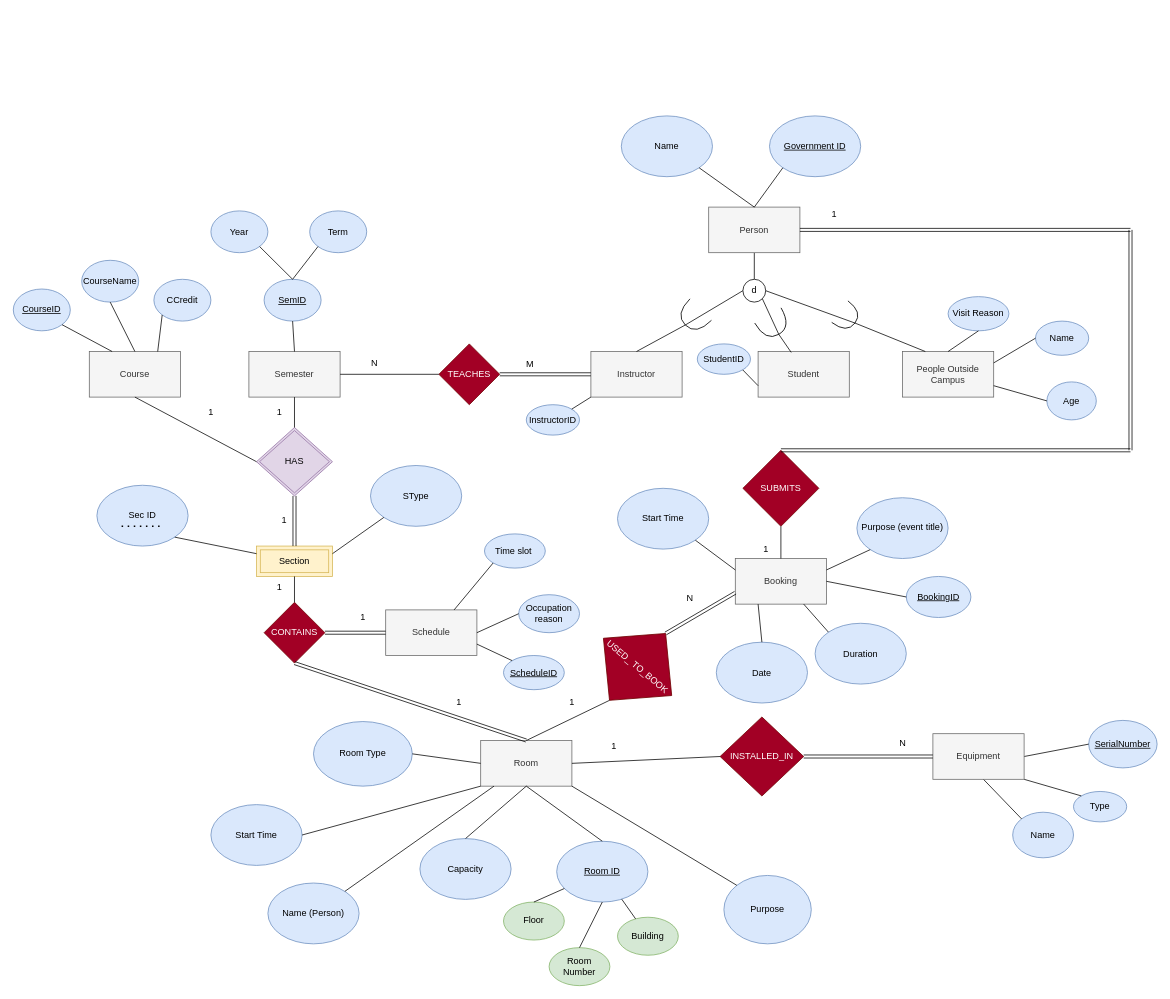
This is Step 2 ER/EER Diagram.drawio from William-BC-CA/CPSC2221_Term_Project_Files, a draw.io file, before an edit. Source tidied: cells renumbered, new cells numbered last; positions are measured from the earlier drawing's top-left corner, leaving out a move shared by most shapes. Both pictures are drawn from the tidied source at 76%, with x=0, y=0 at pixel (13, 116).
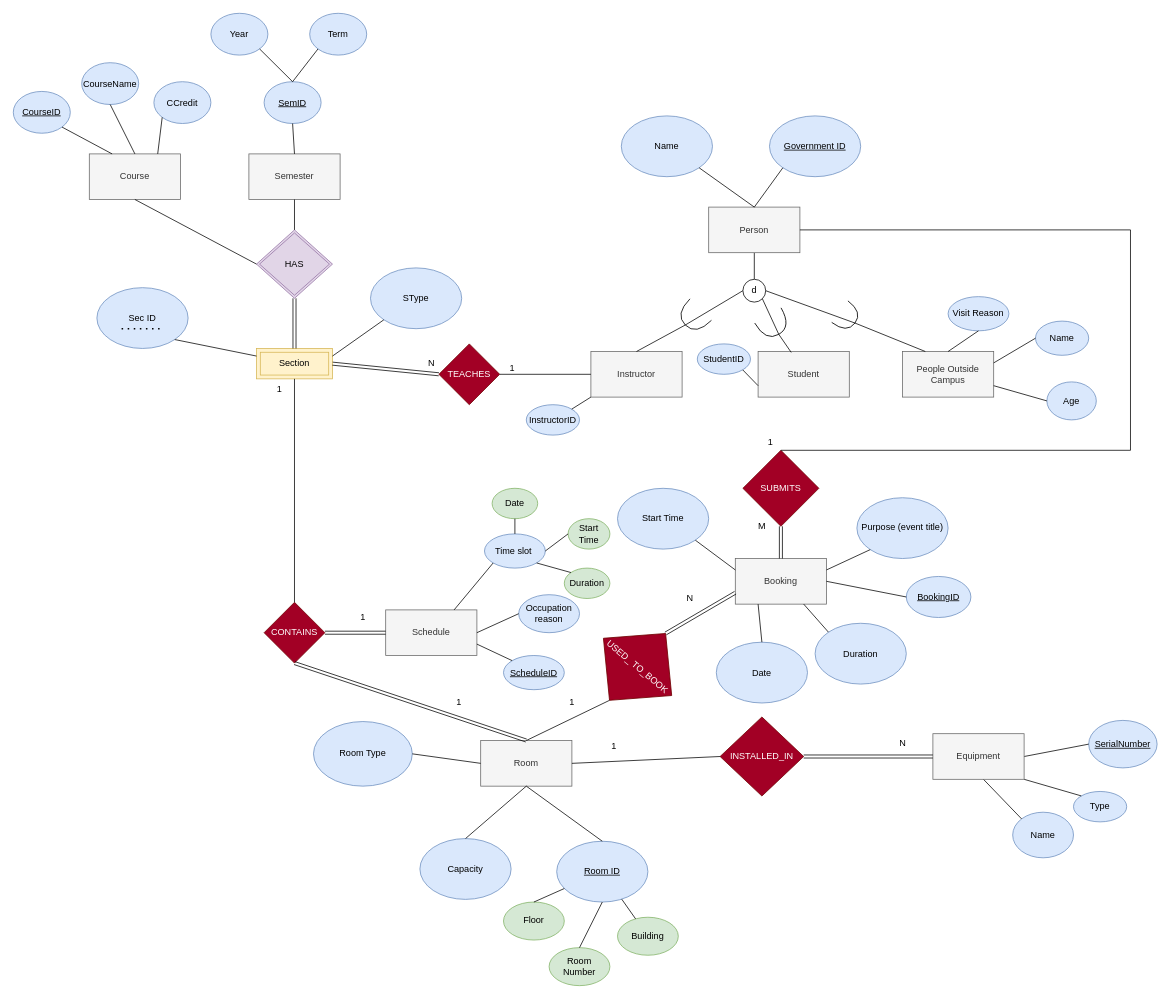
After the change.

The change refers to these unchanged cells:
```xml
<mxCell id="2" value="Instructor" style="rounded=0;whiteSpace=wrap;html=1;fillColor=#f5f5f5;strokeColor=#666666;fontColor=#333333;" parent="1" vertex="1">
  <mxGeometry x="760" y="310" width="120" height="60" as="geometry" />
</mxCell>
<mxCell id="3" value="Room" style="rounded=0;whiteSpace=wrap;html=1;fillColor=#f5f5f5;strokeColor=#666666;fontColor=#333333;" parent="1" vertex="1">
  <mxGeometry x="615" y="821.9" width="120" height="60" as="geometry" />
</mxCell>
<mxCell id="31" value="Person" style="rounded=0;whiteSpace=wrap;html=1;fillColor=#f5f5f5;fontColor=#333333;strokeColor=#666666;" parent="1" vertex="1">
  <mxGeometry x="915" y="120" width="120" height="60" as="geometry" />
</mxCell>
<mxCell id="33" value="Time slot&amp;nbsp;" style="ellipse;whiteSpace=wrap;html=1;fillColor=#dae8fc;strokeColor=#6c8ebf;" parent="1" vertex="1">
  <mxGeometry x="620" y="550" width="80" height="45" as="geometry" />
</mxCell>
<mxCell id="44" value="Booking" style="rounded=0;whiteSpace=wrap;html=1;fillColor=#f5f5f5;fontColor=#333333;strokeColor=#666666;" parent="1" vertex="1">
  <mxGeometry x="950" y="582.4" width="120" height="60" as="geometry" />
</mxCell>
<mxCell id="58" value="TEACHES" style="rhombus;whiteSpace=wrap;html=1;fillColor=#a20025;fontColor=#ffffff;strokeColor=#6F0000;" parent="1" vertex="1">
  <mxGeometry x="560" y="300" width="80" height="80" as="geometry" />
</mxCell>
<mxCell id="59" style="shape=link;html=1;rounded=0;entryX=0.5;entryY=0;entryDx=0;entryDy=0;exitX=0.5;exitY=1;exitDx=0;exitDy=0;" parent="1" edge="1" source="55" target="57">
  <mxGeometry relative="1" as="geometry" />
</mxCell>
<mxCell id="82" value="SUBMITS" style="rhombus;whiteSpace=wrap;html=1;fillColor=#a20025;fontColor=#ffffff;strokeColor=#6F0000;" parent="1" vertex="1">
  <mxGeometry x="960" y="440" width="100" height="100" as="geometry" />
</mxCell>
```

Diff of the diagram source:
```diff
@@
-    <mxCell id="21" value="Start Time" style="ellipse;whiteSpace=wrap;html=1;fillColor=#dae8fc;strokeColor=#6c8ebf;" parent="1" vertex="1">
-      <mxGeometry x="260" y="906.2" width="120" height="80" as="geometry" />
-    </mxCell>
-    <mxCell id="22" value="Name (Person)" style="ellipse;whiteSpace=wrap;html=1;fillColor=#dae8fc;strokeColor=#6c8ebf;" parent="1" vertex="1">
-      <mxGeometry x="335" y="1009.4" width="120" height="80" as="geometry" />
-    </mxCell>
@@
-    <mxCell id="24" value="Purpose" style="ellipse;whiteSpace=wrap;html=1;fillColor=#dae8fc;strokeColor=#6c8ebf;" parent="1" vertex="1">
-      <mxGeometry x="935" y="999.4" width="115" height="90" as="geometry" />
-    </mxCell>
-    <mxCell id="25" style="endArrow=none;html=1;entryX=0;entryY=1;entryDx=0;entryDy=0;exitX=1;exitY=0.5;exitDx=0;exitDy=0;" parent="1" edge="1" source="21" target="3">
-      <mxGeometry relative="1" as="geometry" />
-    </mxCell>
-    <mxCell id="26" style="endArrow=none;html=1;" parent="1" edge="1" source="3" target="22">
-      <mxGeometry relative="1" as="geometry" />
-    </mxCell>
-    <mxCell id="27" style="endArrow=none;html=1;entryX=1;entryY=1;entryDx=0;entryDy=0;exitX=0;exitY=0;exitDx=0;exitDy=0;" parent="1" edge="1" source="24" target="3">
-      <mxGeometry relative="1" as="geometry" />
-    </mxCell>
@@
     <mxCell id="55" value="HAS" style="shape=rhombus;double=1;perimeter=rhombusPerimeter;whiteSpace=wrap;html=1;align=center;fillColor=#e1d5e7;strokeColor=#9673a6;" parent="1" vertex="1">
-      <mxGeometry x="320" y="410" width="100" height="90" as="geometry" />
+      <mxGeometry x="320" y="150" width="100" height="90" as="geometry" />
     </mxCell>
     <mxCell id="56" value="Semester" style="rounded=0;whiteSpace=wrap;html=1;fillColor=#f5f5f5;fontColor=#333333;strokeColor=#666666;" parent="1" vertex="1">
-      <mxGeometry x="310" y="310" width="120" height="60" as="geometry" />
+      <mxGeometry x="310" y="50" width="120" height="60" as="geometry" />
     </mxCell>
     <mxCell id="57" value="Section" style="shape=ext;margin=3;double=1;whiteSpace=wrap;html=1;align=center;fillColor=#fff2cc;strokeColor=#d6b656;" parent="1" vertex="1">
-      <mxGeometry x="320" y="566" width="100" height="40" as="geometry" />
+      <mxGeometry x="320" y="306" width="100" height="40" as="geometry" />
     </mxCell>
@@
-    <mxCell id="60" value="1" style="html=1;align=right;verticalAlign=bottom;" parent="59" vertex="1">
-      <mxGeometry x="1" relative="1" as="geometry">
-        <mxPoint x="-10" y="-26" as="offset" />
-      </mxGeometry>
-    </mxCell>
     <mxCell id="61" value="Sec ID" style="ellipse;whiteSpace=wrap;html=1;fillColor=#dae8fc;strokeColor=#6c8ebf;" parent="1" vertex="1">
-      <mxGeometry x="110" y="486" width="120" height="80" as="geometry" />
+      <mxGeometry x="110" y="226" width="120" height="80" as="geometry" />
     </mxCell>
     <mxCell id="62" style="endArrow=none;dashed=1;html=1;dashPattern=1 3;strokeWidth=2;" parent="1" edge="1">
       <mxGeometry relative="1" as="geometry">
-        <mxPoint x="142.5" y="540" as="sourcePoint" />
-        <mxPoint x="197.5" y="540" as="targetPoint" />
+        <mxPoint x="142.5" y="280" as="sourcePoint" />
+        <mxPoint x="197.5" y="280" as="targetPoint" />
       </mxGeometry>
     </mxCell>
     <mxCell id="63" value="SType" style="ellipse;whiteSpace=wrap;html=1;fillColor=#dae8fc;strokeColor=#6c8ebf;" parent="1" vertex="1">
-      <mxGeometry x="470" y="460" width="120" height="80" as="geometry" />
+      <mxGeometry x="470" y="200" width="120" height="80" as="geometry" />
     </mxCell>
@@
-    <mxCell id="66" style="shape=link;html=1;rounded=0;entryX=0;entryY=0.5;entryDx=0;entryDy=0;exitX=1;exitY=0.5;exitDx=0;exitDy=0;" parent="1" edge="1" source="58" target="2">
+    <mxCell id="66" style="shape=link;html=1;rounded=0;entryX=0;entryY=0.5;entryDx=0;entryDy=0;exitX=1;exitY=0.5;exitDx=0;exitDy=0;" parent="1" edge="1" source="57" target="58">
       <mxGeometry relative="1" as="geometry" />
     </mxCell>
-    <mxCell id="67" value="M" style="html=1;align=right;verticalAlign=bottom;" parent="66" vertex="1">
+    <mxCell id="67" value="1" style="html=1;align=right;verticalAlign=bottom;" parent="66" vertex="1">
       <mxGeometry x="1" relative="1" as="geometry">
-        <mxPoint x="-75" y="-5" as="offset" />
+        <mxPoint x="100" as="offset" />
       </mxGeometry>
     </mxCell>
@@
     <mxCell id="80" value="1" style="text;html=1;align=center;verticalAlign=middle;strokeColor=none;fillColor=none;" parent="1" vertex="1">
-      <mxGeometry x="340" y="610" width="20" height="20" as="geometry" />
+      <mxGeometry x="340" y="350" width="20" height="20" as="geometry" />
     </mxCell>
@@
-    <mxCell id="86" value="1" style="text;html=1;align=center;verticalAlign=middle;strokeColor=none;fillColor=none;" parent="1" vertex="1">
-      <mxGeometry x="340" y="380" width="20" height="20" as="geometry" />
-    </mxCell>
@@
     <mxCell id="106" value="Year" style="ellipse;whiteSpace=wrap;html=1;fillColor=#dae8fc;strokeColor=#6c8ebf;" parent="1" vertex="1">
-      <mxGeometry x="260" y="125" width="75" height="55" as="geometry" />
+      <mxGeometry x="260" y="-135" width="75" height="55" as="geometry" />
     </mxCell>
     <mxCell id="107" value="&lt;u&gt;SemID&lt;/u&gt;" style="ellipse;whiteSpace=wrap;html=1;fillColor=#dae8fc;strokeColor=#6c8ebf;" parent="1" vertex="1">
-      <mxGeometry x="330" y="215" width="75" height="55" as="geometry" />
+      <mxGeometry x="330" y="-45" width="75" height="55" as="geometry" />
     </mxCell>
     <mxCell id="108" value="Term" style="ellipse;whiteSpace=wrap;html=1;fillColor=#dae8fc;strokeColor=#6c8ebf;" parent="1" vertex="1">
-      <mxGeometry x="390" y="125" width="75" height="55" as="geometry" />
+      <mxGeometry x="390" y="-135" width="75" height="55" as="geometry" />
     </mxCell>
@@
     <mxCell id="112" value="Course" style="rounded=0;whiteSpace=wrap;html=1;fillColor=#f5f5f5;fontColor=#333333;strokeColor=#666666;" parent="1" vertex="1">
-      <mxGeometry x="100" y="310" width="120" height="60" as="geometry" />
+      <mxGeometry x="100" y="50" width="120" height="60" as="geometry" />
     </mxCell>
     <mxCell id="113" value="&lt;u&gt;CourseID&lt;/u&gt;" style="ellipse;whiteSpace=wrap;html=1;fillColor=#dae8fc;strokeColor=#6c8ebf;" parent="1" vertex="1">
-      <mxGeometry y="227.8" width="75" height="55" as="geometry" />
+      <mxGeometry y="-32.2" width="75" height="55" as="geometry" />
     </mxCell>
     <mxCell id="114" value="CCredit" style="ellipse;whiteSpace=wrap;html=1;fillColor=#dae8fc;strokeColor=#6c8ebf;" parent="1" vertex="1">
-      <mxGeometry x="185" y="215" width="75" height="55" as="geometry" />
+      <mxGeometry x="185" y="-45" width="75" height="55" as="geometry" />
     </mxCell>
     <mxCell id="115" value="CourseName" style="ellipse;whiteSpace=wrap;html=1;fillColor=#dae8fc;strokeColor=#6c8ebf;" parent="1" vertex="1">
-      <mxGeometry x="90" y="190" width="75" height="55" as="geometry" />
+      <mxGeometry x="90" y="-70" width="75" height="55" as="geometry" />
     </mxCell>
@@
-    <mxCell id="120" value="1" style="text;html=1;align=center;verticalAlign=middle;strokeColor=none;fillColor=none;" parent="1" vertex="1">
-      <mxGeometry x="250" y="380" width="20" height="20" as="geometry" />
-    </mxCell>
@@
-    <mxCell id="123" style="endArrow=none;html=1;rounded=0;exitX=0.5;exitY=0;exitDx=0;exitDy=0;entryX=0.5;entryY=1;entryDx=0;entryDy=0;" parent="1" edge="1" source="44" target="82">
+    <mxCell id="123" style="endArrow=none;html=1;rounded=0;shape=link;exitX=0.5;exitY=0;exitDx=0;exitDy=0;entryX=0.5;entryY=1;entryDx=0;entryDy=0;" parent="1" edge="1" source="44" target="82">
       <mxGeometry relative="1" as="geometry" />
     </mxCell>
     <mxCell id="124" value="1" style="text;html=1;align=center;verticalAlign=middle;strokeColor=none;fillColor=none;" parent="1" vertex="1">
-      <mxGeometry x="1070" y="120" width="20" height="20" as="geometry" />
+      <mxGeometry x="985.7" y="420" width="20" height="20" as="geometry" />
     </mxCell>
-    <mxCell id="125" value="1" style="text;html=1;align=center;verticalAlign=middle;strokeColor=none;fillColor=none;" parent="1" vertex="1">
-      <mxGeometry x="980" y="560" width="20" height="20" as="geometry" />
+    <mxCell id="125" value="M" style="text;html=1;align=center;verticalAlign=middle;strokeColor=none;fillColor=none;" parent="1" vertex="1">
+      <mxGeometry x="970" y="530" width="30" height="20" as="geometry" />
     </mxCell>
@@
-    <mxCell id="128" style="endArrow=none;html=1;rounded=0;entryX=0;entryY=0.5;entryDx=0;entryDy=0;exitX=1;exitY=0.5;exitDx=0;exitDy=0;" parent="1" edge="1" source="56" target="58">
-      <mxGeometry relative="1" as="geometry" />
-    </mxCell>
+    <mxCell id="134" style="endArrow=none;html=1;rounded=0;entryX=0;entryY=0.5;entryDx=0;entryDy=0;exitX=1;exitY=0.5;exitDx=0;exitDy=0;" parent="1" edge="1" source="58" target="2">
+      <mxGeometry relative="1" as="geometry" />
+    </mxCell>
     <mxCell id="129" value="N" style="text;html=1;align=center;verticalAlign=middle;strokeColor=none;fillColor=none;" parent="1" vertex="1">
-      <mxGeometry x="465" y="315" width="20" height="20" as="geometry" />
+      <mxGeometry x="540" y="316" width="20" height="20" as="geometry" />
     </mxCell>
-    <mxCell id="130" style="shape=link;html=1;rounded=0;exitX=0.5;exitY=0;exitDx=0;exitDy=0;" parent="1" edge="1" source="82">
-      <mxGeometry relative="1" as="geometry">
-        <mxPoint x="1470" y="440" as="targetPoint" />
-      </mxGeometry>
-    </mxCell>
-    <mxCell id="131" style="html=1;align=right;verticalAlign=bottom;" parent="130" vertex="1">
-      <mxGeometry x="1" relative="1" as="geometry" />
-    </mxCell>
-    <mxCell id="132" style="shape=link;html=1;rounded=0;" parent="1" edge="1">
-      <mxGeometry relative="1" as="geometry">
-        <mxPoint x="1470" y="440" as="sourcePoint" />
-        <mxPoint x="1470" y="150" as="targetPoint" />
-      </mxGeometry>
-    </mxCell>
-    <mxCell id="133" style="shape=link;html=1;rounded=0;exitX=1;exitY=0.5;exitDx=0;exitDy=0;" parent="1" edge="1" source="31">
-      <mxGeometry relative="1" as="geometry">
-        <mxPoint x="1470" y="150" as="targetPoint" />
-      </mxGeometry>
-    </mxCell>
+    <mxCell id="135" value="Date" style="ellipse;whiteSpace=wrap;html=1;fillColor=#d5e8d4;strokeColor=#82b366;" parent="1" vertex="1">
+      <mxGeometry x="630" y="490" width="60" height="40" as="geometry" />
+    </mxCell>
+    <mxCell id="21" value="Start Time" style="ellipse;whiteSpace=wrap;html=1;fillColor=#d5e8d4;strokeColor=#82b366;" parent="1" vertex="1">
+      <mxGeometry x="730" y="530" width="55" height="40" as="geometry" />
+    </mxCell>
+    <mxCell id="136" style="endArrow=none;html=1;rounded=0;entryX=0.5;entryY=1;entryDx=0;entryDy=0;exitX=0.5;exitY=0;exitDx=0;exitDy=0;" parent="1" edge="1" source="33" target="135">
+      <mxGeometry relative="1" as="geometry" />
+    </mxCell>
+    <mxCell id="137" style="endArrow=none;html=1;rounded=0;entryX=0;entryY=0.5;entryDx=0;entryDy=0;exitX=1;exitY=0.5;exitDx=0;exitDy=0;" parent="1" edge="1" source="33" target="21">
+      <mxGeometry relative="1" as="geometry" />
+    </mxCell>
+    <mxCell id="138" value="Duration" style="ellipse;whiteSpace=wrap;html=1;fillColor=#d5e8d4;strokeColor=#82b366;" parent="1" vertex="1">
+      <mxGeometry x="725" y="595" width="60" height="40" as="geometry" />
+    </mxCell>
+    <mxCell id="139" style="endArrow=none;html=1;rounded=0;entryX=0;entryY=0;entryDx=0;entryDy=0;exitX=1;exitY=1;exitDx=0;exitDy=0;" parent="1" edge="1" source="33" target="138">
+      <mxGeometry relative="1" as="geometry" />
+    </mxCell>
+    <mxCell id="140" style="endArrow=none;html=1;rounded=0;exitX=0.5;exitY=0;exitDx=0;exitDy=0;" parent="1" edge="1" source="82">
+      <mxGeometry relative="1" as="geometry">
+        <mxPoint x="1470" y="440" as="targetPoint" />
+      </mxGeometry>
+    </mxCell>
+    <mxCell id="141" style="endArrow=none;html=1;rounded=0;" parent="1" edge="1">
+      <mxGeometry relative="1" as="geometry">
+        <mxPoint x="1470" y="440" as="sourcePoint" />
+        <mxPoint x="1470" y="150" as="targetPoint" />
+      </mxGeometry>
+    </mxCell>
+    <mxCell id="142" style="endArrow=none;html=1;rounded=0;exitX=1;exitY=0.5;exitDx=0;exitDy=0;" parent="1" edge="1" source="31">
+      <mxGeometry relative="1" as="geometry">
+        <mxPoint x="1470" y="150" as="targetPoint" />
+      </mxGeometry>
+    </mxCell>
```
